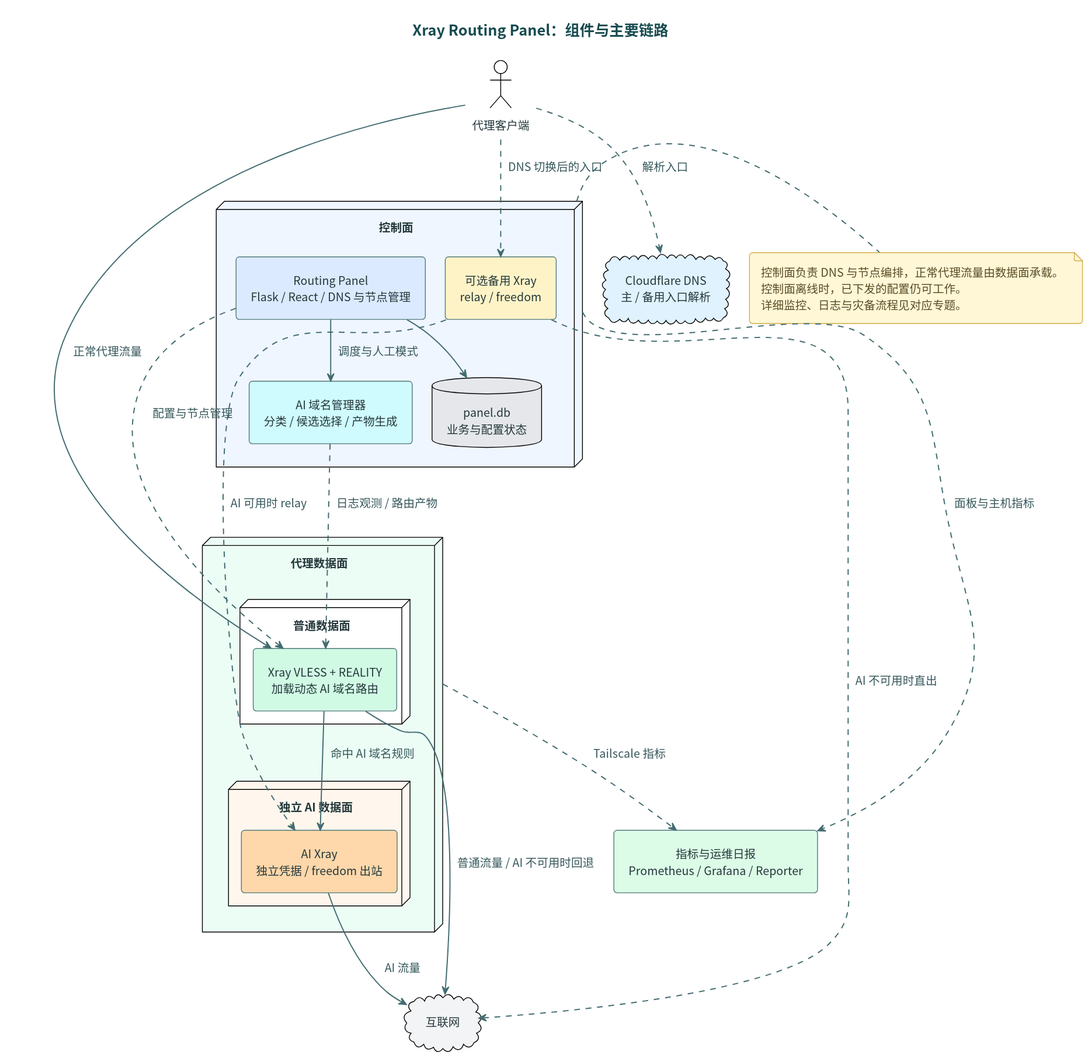
This is docs/diagrams/system-architecture.svg from i-zrhe2016/ai-routing-panel, a PlantUML export, as it was before one commit.
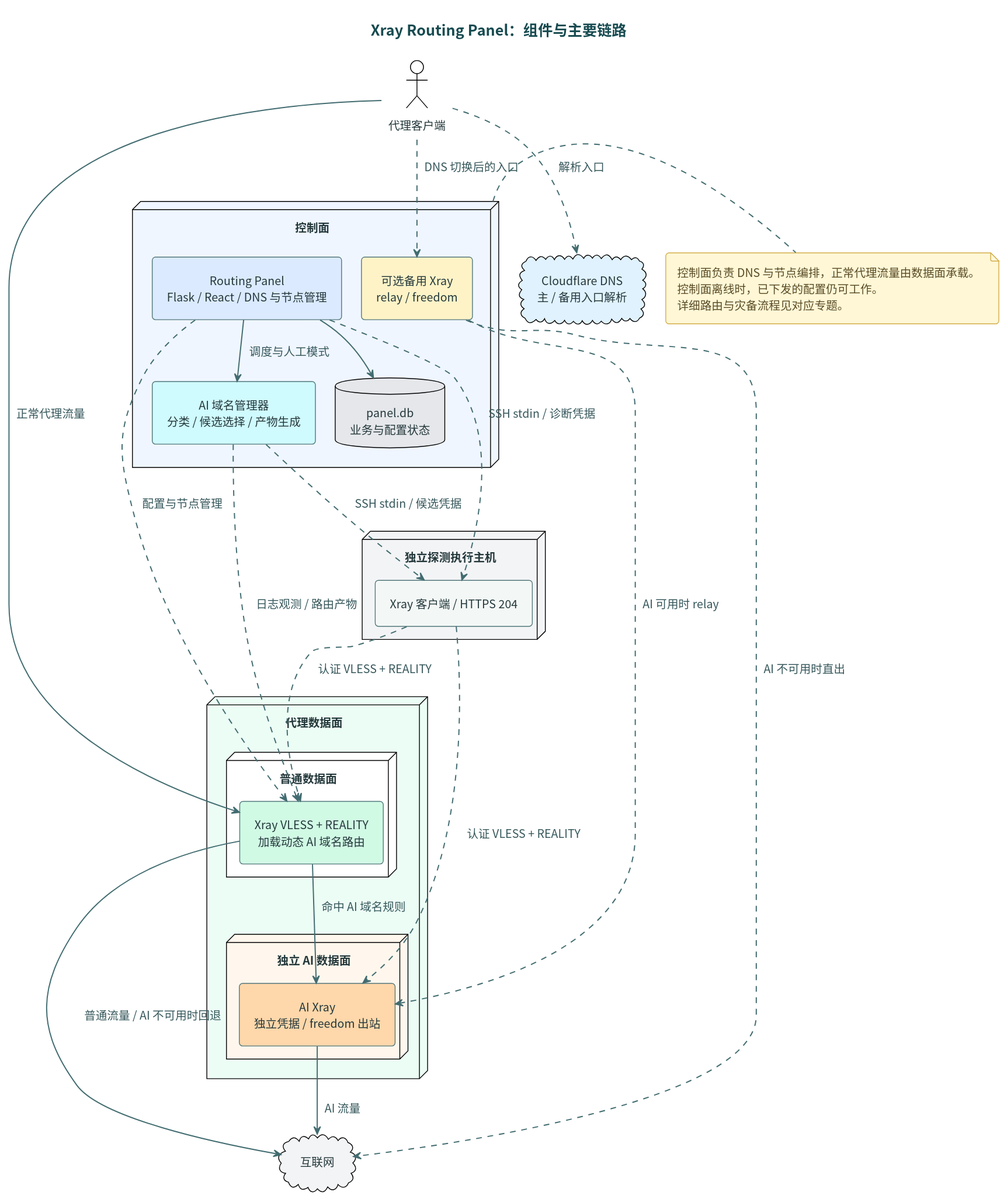
Above is the later version.

Change to the diagram source:
```diff
@@ -22,7 +22,14 @@
   database "panel.db\n业务与配置状态" as db #E5E7EB
   component "可选备用 Xray\nrelay / freedom" as backup #FEF3C7
 }
-component "指标与运维日报\nPrometheus / Grafana / Reporter" as observability #DCFCE7
+
+node "独立探测执行主机" as probe #F3F4F6 {
+  component "Xray 客户端 / HTTPS 204" as probeClient
+}
+manager ..> probeClient : SSH stdin / 候选凭据
+panel ..> probeClient : SSH stdin / 诊断凭据
+probeClient ..> normalXray : 认证 VLESS + REALITY
+probeClient ..> aiXray : 认证 VLESS + REALITY
 
 client ..> dns : 解析入口
 client --> normalXray : 正常代理流量
@@ -38,12 +45,10 @@
 backup ..> aiXray : AI 可用时 relay
 backup ..> internet : AI 不可用时直出
 
-planes ..> observability : Tailscale 指标
-control ..> observability : 面板与主机指标
 
 note right of control
 控制面负责 DNS 与节点编排，正常代理流量由数据面承载。
 控制面离线时，已下发的配置仍可工作。
-详细监控、日志与灾备流程见对应专题。
+详细路由与灾备流程见对应专题。
 end note
 @enduml
```
